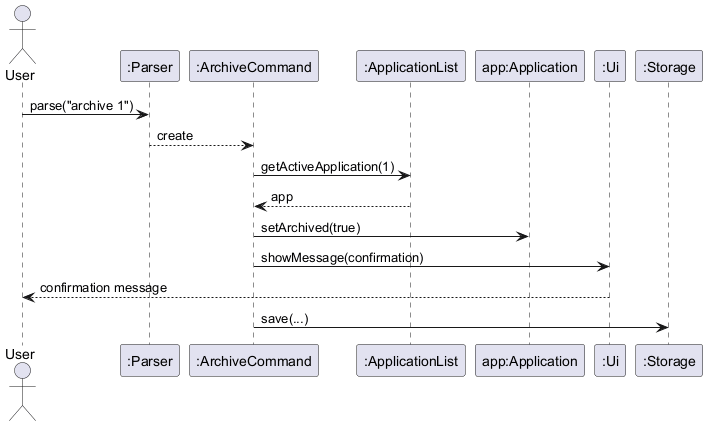
This is docs/images/AaravArchiveCommandSequence.png from eugenia-cnl-lee/tp, a PlantUML export, as it was before one commit.
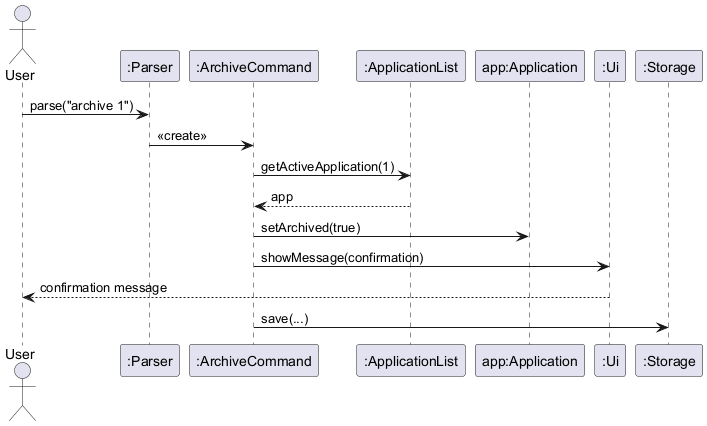
After the commit.

The edit, as a diff of the source:
```diff
@@ -8,7 +8,7 @@
 participant ":Storage" as S
 
 User -> P : parse("archive 1")
-P --> AC : create
+P -> AC : <<create>>
 
 AC -> AL : getActiveApplication(1)
 AL --> AC : app
```
